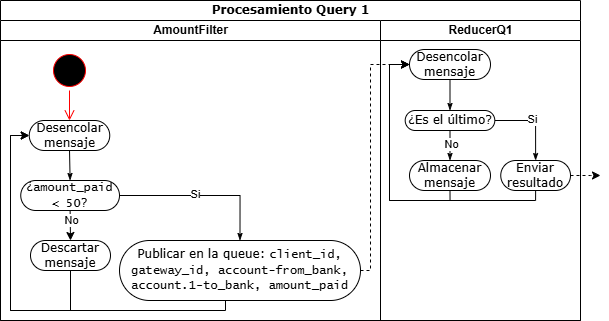
Before: docs/diagramas/diagrama_actividades_q1.png, a diagram exported from draw.io (LucianaLarrosa/tp-distribuidos-moneylaundering). Source tidied: cells renumbered, new cells last; positions are measured from the earlier drawing's top-left corner, leaving out a move shared by most shapes. Its diagram source:
```xml
<mxGraphModel>
  <root>
    <mxCell id="0" />
    <mxCell id="1" parent="0" />
    <mxCell id="2" value="Procesamiento Query 1" style="swimlane;html=1;startSize=20;rounded=0;shadow=0;comic=0;labelBackgroundColor=none;strokeWidth=1;fontFamily=Verdana;fontSize=12;align=center;" parent="1" vertex="1">
      <mxGeometry width="580" height="320" as="geometry" />
    </mxCell>
    <mxCell id="3" value="AmountFilter" style="swimlane;html=1;startSize=20;align=center;" parent="2" vertex="1">
      <mxGeometry y="20" width="380" height="300" as="geometry" />
    </mxCell>
    <mxCell id="4" style="edgeStyle=orthogonalEdgeStyle;rounded=0;html=1;labelBackgroundColor=none;startArrow=none;startFill=0;startSize=5;endArrow=classicThin;endFill=1;endSize=5;jettySize=auto;strokeWidth=1;fontFamily=Verdana;fontSize=12;entryX=0.5;entryY=0;entryDx=0;entryDy=0;exitX=1;exitY=0.5;exitDx=0;exitDy=0;" parent="3" edge="1" source="13" target="9">
      <mxGeometry relative="1" as="geometry" />
    </mxCell>
    <mxCell id="5" value="Si" style="edgeLabel;html=1;align=center;verticalAlign=middle;" parent="4" vertex="1">
      <mxGeometry x="-0.09" y="1" relative="1" as="geometry" />
    </mxCell>
    <mxCell id="6" style="edgeStyle=orthogonalEdgeStyle;rounded=0;html=1;labelBackgroundColor=none;startArrow=none;startFill=0;startSize=5;endArrow=classicThin;endFill=1;endSize=5;jettySize=auto;strokeWidth=1;fontFamily=Verdana;fontSize=12;entryX=0.5;entryY=0;entryDx=0;entryDy=0;exitX=0.5;exitY=1;exitDx=0;exitDy=0;" parent="3" edge="1" source="10" target="13">
      <mxGeometry relative="1" as="geometry" />
    </mxCell>
    <mxCell id="7" value="Descartar mensaje" style="rounded=1;whiteSpace=wrap;html=1;shadow=0;comic=0;labelBackgroundColor=none;strokeWidth=1;fontFamily=Verdana;fontSize=12;align=center;arcSize=50;" parent="3" vertex="1">
      <mxGeometry x="30" y="220" width="80" height="30" as="geometry" />
    </mxCell>
    <mxCell id="8" style="edgeStyle=orthogonalEdgeStyle;rounded=0;jettySize=auto;html=1;exitX=0.5;exitY=1;exitDx=0;exitDy=0;entryX=0;entryY=0.5;entryDx=0;entryDy=0;" parent="3" edge="1" source="9" target="10">
      <mxGeometry relative="1" as="geometry">
        <Array as="points">
          <mxPoint x="225" y="290" />
          <mxPoint x="10" y="290" />
          <mxPoint x="10" y="115" />
        </Array>
      </mxGeometry>
    </mxCell>
    <mxCell id="9" value="Publicar en la queue:&amp;nbsp;&lt;font face=&quot;Lucida Console&quot;&gt;client_id, gateway_id, account-from_bank, account.1-to_bank, amount_paid&lt;/font&gt;" style="rounded=1;whiteSpace=wrap;html=1;shadow=0;comic=0;labelBackgroundColor=none;strokeWidth=1;fontFamily=Verdana;fontSize=12;align=center;arcSize=50;" parent="3" vertex="1">
      <mxGeometry x="119" y="220" width="241" height="60" as="geometry" />
    </mxCell>
    <mxCell id="10" value="Desencolar mensaje" style="rounded=1;whiteSpace=wrap;html=1;shadow=0;comic=0;labelBackgroundColor=none;strokeWidth=1;fontFamily=Verdana;fontSize=12;align=center;arcSize=50;" parent="3" vertex="1">
      <mxGeometry x="28.8" y="100" width="80.5" height="30" as="geometry" />
    </mxCell>
    <mxCell id="11" style="edgeStyle=orthogonalEdgeStyle;rounded=0;jettySize=auto;html=1;exitX=0.5;exitY=1;exitDx=0;exitDy=0;entryX=0.5;entryY=0;entryDx=0;entryDy=0;" parent="3" edge="1" source="13" target="7">
      <mxGeometry relative="1" as="geometry" />
    </mxCell>
    <mxCell id="12" value="No" style="edgeLabel;html=1;align=center;verticalAlign=middle;" parent="11" vertex="1">
      <mxGeometry x="-0.36" y="1" relative="1" as="geometry" />
    </mxCell>
    <mxCell id="13" value="¿&lt;font face=&quot;Lucida Console&quot;&gt;amount_paid &amp;lt; 50&lt;/font&gt;?" style="rounded=1;whiteSpace=wrap;html=1;shadow=0;comic=0;labelBackgroundColor=none;strokeWidth=1;fontFamily=Verdana;fontSize=12;align=center;arcSize=50;" parent="3" vertex="1">
      <mxGeometry x="20.2" y="160" width="98.8" height="30" as="geometry" />
    </mxCell>
    <mxCell id="14" style="edgeStyle=orthogonalEdgeStyle;rounded=0;jettySize=auto;html=1;exitX=0.5;exitY=1;exitDx=0;exitDy=0;entryX=0;entryY=0.5;entryDx=0;entryDy=0;" parent="3" edge="1" source="7" target="10">
      <mxGeometry relative="1" as="geometry">
        <Array as="points">
          <mxPoint x="70" y="290" />
          <mxPoint x="10" y="290" />
          <mxPoint x="10" y="115" />
        </Array>
      </mxGeometry>
    </mxCell>
    <mxCell id="15" style="ellipse;html=1;shape=startState;fillColor=#000000;strokeColor=#ff0000;" parent="3" vertex="1">
      <mxGeometry x="49" y="30" width="40" height="40" as="geometry" />
    </mxCell>
    <mxCell id="16" style="edgeStyle=orthogonalEdgeStyle;html=1;verticalAlign=bottom;endArrow=open;endSize=8;strokeColor=#ff0000;rounded=0;entryX=0.5;entryY=0;entryDx=0;entryDy=0;" parent="3" edge="1" source="15" target="10">
      <mxGeometry relative="1" as="geometry" />
    </mxCell>
    <mxCell id="17" value="ReducerQ1" style="swimlane;html=1;startSize=20;" parent="1" vertex="1">
      <mxGeometry x="380" y="20" width="200" height="300" as="geometry" />
    </mxCell>
    <mxCell id="18" style="edgeStyle=orthogonalEdgeStyle;rounded=0;jettySize=auto;html=1;entryX=0;entryY=0.5;entryDx=0;entryDy=0;exitX=0.5;exitY=1;exitDx=0;exitDy=0;" parent="17" edge="1" source="19" target="23">
      <mxGeometry relative="1" as="geometry">
        <Array as="points">
          <mxPoint x="155" y="180" />
          <mxPoint x="9" y="180" />
          <mxPoint x="9" y="44" />
        </Array>
      </mxGeometry>
    </mxCell>
    <mxCell id="19" value="Enviar resultado" style="rounded=1;whiteSpace=wrap;html=1;shadow=0;comic=0;labelBackgroundColor=none;strokeWidth=1;fontFamily=Verdana;fontSize=12;align=center;arcSize=50;" parent="17" vertex="1">
      <mxGeometry x="120.2" y="140" width="69.8" height="30" as="geometry" />
    </mxCell>
    <mxCell id="20" style="edgeStyle=orthogonalEdgeStyle;rounded=0;jettySize=auto;html=1;dashed=1;" parent="17" edge="1" source="19">
      <mxGeometry relative="1" as="geometry">
        <mxPoint x="220" y="155" as="targetPoint" />
        <Array as="points">
          <mxPoint x="210" y="155" />
          <mxPoint x="210" y="155" />
        </Array>
      </mxGeometry>
    </mxCell>
    <mxCell id="21" style="edgeStyle=orthogonalEdgeStyle;rounded=0;html=1;labelBackgroundColor=none;startArrow=none;startFill=0;startSize=5;endArrow=classicThin;endFill=1;endSize=5;jettySize=auto;strokeWidth=1;fontFamily=Verdana;fontSize=12;entryX=0.5;entryY=0;entryDx=0;entryDy=0;exitX=1;exitY=0.5;exitDx=0;exitDy=0;" parent="17" edge="1" source="24" target="19">
      <mxGeometry relative="1" as="geometry" />
    </mxCell>
    <mxCell id="22" value="Si" style="edgeLabel;html=1;align=center;verticalAlign=middle;" parent="21" vertex="1">
      <mxGeometry x="-0.09" y="1" relative="1" as="geometry" />
    </mxCell>
    <mxCell id="23" value="Desencolar mensaje" style="rounded=1;whiteSpace=wrap;html=1;shadow=0;comic=0;labelBackgroundColor=none;strokeWidth=1;fontFamily=Verdana;fontSize=12;align=center;arcSize=50;" parent="17" vertex="1">
      <mxGeometry x="29" y="29" width="81" height="30" as="geometry" />
    </mxCell>
    <mxCell id="24" value="¿Es el último?" style="rounded=1;whiteSpace=wrap;html=1;shadow=0;comic=0;labelBackgroundColor=none;strokeWidth=1;fontFamily=Verdana;fontSize=12;align=center;arcSize=50;" parent="17" vertex="1">
      <mxGeometry x="24.7" y="90" width="89.6" height="20" as="geometry" />
    </mxCell>
    <mxCell id="25" style="edgeStyle=orthogonalEdgeStyle;rounded=0;jettySize=auto;html=1;exitX=0.5;exitY=1;exitDx=0;exitDy=0;entryX=0;entryY=0.5;entryDx=0;entryDy=0;" parent="17" edge="1" source="26" target="23">
      <mxGeometry relative="1" as="geometry">
        <Array as="points">
          <mxPoint x="70" y="180" />
          <mxPoint x="9" y="180" />
          <mxPoint x="9" y="44" />
        </Array>
      </mxGeometry>
    </mxCell>
    <mxCell id="26" value="Almacenar mensaje" style="rounded=1;whiteSpace=wrap;html=1;shadow=0;comic=0;labelBackgroundColor=none;strokeWidth=1;fontFamily=Verdana;fontSize=12;align=center;arcSize=50;" parent="17" vertex="1">
      <mxGeometry x="29" y="140" width="81" height="30" as="geometry" />
    </mxCell>
    <mxCell id="27" style="edgeStyle=none;rounded=0;html=1;labelBackgroundColor=none;startArrow=none;startFill=0;startSize=5;endArrow=classicThin;endFill=1;endSize=5;jettySize=auto;strokeWidth=1;fontFamily=Verdana;fontSize=12;entryX=0.5;entryY=0;entryDx=0;entryDy=0;exitX=0.5;exitY=1;exitDx=0;exitDy=0;" parent="17" edge="1" source="24" target="26">
      <mxGeometry relative="1" as="geometry" />
    </mxCell>
    <mxCell id="28" value="No" style="edgeLabel;html=1;align=center;verticalAlign=middle;" parent="27" vertex="1">
      <mxGeometry x="-0.09" y="1" relative="1" as="geometry" />
    </mxCell>
    <mxCell id="29" style="edgeStyle=orthogonalEdgeStyle;rounded=0;html=1;labelBackgroundColor=none;startArrow=none;startFill=0;startSize=5;endArrow=classicThin;endFill=1;endSize=5;jettySize=auto;strokeWidth=1;fontFamily=Verdana;fontSize=12;entryX=0.5;entryY=0;entryDx=0;entryDy=0;exitX=0.5;exitY=1;exitDx=0;exitDy=0;" parent="17" edge="1" source="23" target="24">
      <mxGeometry relative="1" as="geometry" />
    </mxCell>
    <mxCell id="30" style="edgeStyle=orthogonalEdgeStyle;rounded=0;jettySize=auto;html=1;entryX=0;entryY=0.5;entryDx=0;entryDy=0;dashed=1;exitX=1;exitY=0.5;exitDx=0;exitDy=0;" parent="1" edge="1" source="9" target="23">
      <mxGeometry relative="1" as="geometry">
        <Array as="points">
          <mxPoint x="370" y="270" />
          <mxPoint x="370" y="64" />
        </Array>
      </mxGeometry>
    </mxCell>
  </root>
</mxGraphModel>
```
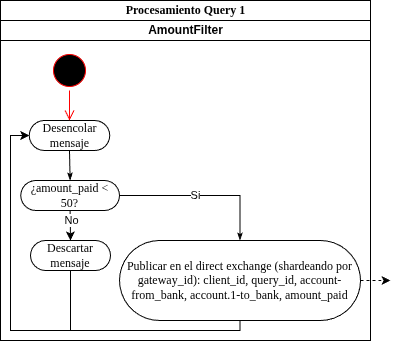
The same diagram one commit later.

What changed in the source:
```diff
@@ -3,10 +3,10 @@
     <mxCell id="0" />
     <mxCell id="1" parent="0" />
     <mxCell id="2" value="Procesamiento Query 1" style="swimlane;html=1;startSize=20;rounded=0;shadow=0;comic=0;labelBackgroundColor=none;strokeWidth=1;fontFamily=Verdana;fontSize=12;align=center;" parent="1" vertex="1">
-      <mxGeometry width="580" height="320" as="geometry" />
+      <mxGeometry width="370" height="340" as="geometry" />
     </mxCell>
     <mxCell id="3" value="AmountFilter" style="swimlane;html=1;startSize=20;align=center;" parent="2" vertex="1">
-      <mxGeometry y="20" width="380" height="300" as="geometry" />
+      <mxGeometry y="20" width="370" height="320" as="geometry" />
     </mxCell>
     <mxCell id="4" style="edgeStyle=orthogonalEdgeStyle;rounded=0;html=1;labelBackgroundColor=none;startArrow=none;startFill=0;startSize=5;endArrow=classicThin;endFill=1;endSize=5;jettySize=auto;strokeWidth=1;fontFamily=Verdana;fontSize=12;entryX=0.5;entryY=0;entryDx=0;entryDy=0;exitX=1;exitY=0.5;exitDx=0;exitDy=0;" parent="3" edge="1" source="13" target="9">
       <mxGeometry relative="1" as="geometry" />
@@ -23,14 +23,14 @@
     <mxCell id="8" style="edgeStyle=orthogonalEdgeStyle;rounded=0;jettySize=auto;html=1;exitX=0.5;exitY=1;exitDx=0;exitDy=0;entryX=0;entryY=0.5;entryDx=0;entryDy=0;" parent="3" edge="1" source="9" target="10">
       <mxGeometry relative="1" as="geometry">
         <Array as="points">
-          <mxPoint x="225" y="290" />
-          <mxPoint x="10" y="290" />
+          <mxPoint x="240" y="310" />
+          <mxPoint x="10" y="310" />
           <mxPoint x="10" y="115" />
         </Array>
       </mxGeometry>
     </mxCell>
-    <mxCell id="9" value="Publicar en la queue:&amp;nbsp;&lt;font face=&quot;Lucida Console&quot;&gt;client_id, gateway_id, account-from_bank, account.1-to_bank, amount_paid&lt;/font&gt;" style="rounded=1;whiteSpace=wrap;html=1;shadow=0;comic=0;labelBackgroundColor=none;strokeWidth=1;fontFamily=Verdana;fontSize=12;align=center;arcSize=50;" parent="3" vertex="1">
-      <mxGeometry x="119" y="220" width="241" height="60" as="geometry" />
+    <mxCell id="9" value="Publicar en el direct exchange (shardeando por &lt;font face=&quot;Lucida Console&quot;&gt;gateway_id)&lt;/font&gt;:&amp;nbsp;&lt;font face=&quot;Lucida Console&quot;&gt;client_id, query_id, account-from_bank, account.1-to_bank, amount_paid&lt;/font&gt;" style="rounded=1;whiteSpace=wrap;html=1;shadow=0;comic=0;labelBackgroundColor=none;strokeWidth=1;fontFamily=Verdana;fontSize=12;align=center;arcSize=50;" parent="3" vertex="1">
+      <mxGeometry x="119" y="220" width="241" height="80" as="geometry" />
     </mxCell>
     <mxCell id="10" value="Desencolar mensaje" style="rounded=1;whiteSpace=wrap;html=1;shadow=0;comic=0;labelBackgroundColor=none;strokeWidth=1;fontFamily=Verdana;fontSize=12;align=center;arcSize=50;" parent="3" vertex="1">
       <mxGeometry x="28.8" y="100" width="80.5" height="30" as="geometry" />
@@ -47,8 +47,8 @@
     <mxCell id="14" style="edgeStyle=orthogonalEdgeStyle;rounded=0;jettySize=auto;html=1;exitX=0.5;exitY=1;exitDx=0;exitDy=0;entryX=0;entryY=0.5;entryDx=0;entryDy=0;" parent="3" edge="1" source="7" target="10">
       <mxGeometry relative="1" as="geometry">
         <Array as="points">
-          <mxPoint x="70" y="290" />
-          <mxPoint x="10" y="290" />
+          <mxPoint x="70" y="310" />
+          <mxPoint x="10" y="310" />
           <mxPoint x="10" y="115" />
         </Array>
       </mxGeometry>
@@ -59,68 +59,11 @@
     <mxCell id="16" style="edgeStyle=orthogonalEdgeStyle;html=1;verticalAlign=bottom;endArrow=open;endSize=8;strokeColor=#ff0000;rounded=0;entryX=0.5;entryY=0;entryDx=0;entryDy=0;" parent="3" edge="1" source="15" target="10">
       <mxGeometry relative="1" as="geometry" />
     </mxCell>
-    <mxCell id="17" value="ReducerQ1" style="swimlane;html=1;startSize=20;" parent="1" vertex="1">
-      <mxGeometry x="380" y="20" width="200" height="300" as="geometry" />
-    </mxCell>
-    <mxCell id="18" style="edgeStyle=orthogonalEdgeStyle;rounded=0;jettySize=auto;html=1;entryX=0;entryY=0.5;entryDx=0;entryDy=0;exitX=0.5;exitY=1;exitDx=0;exitDy=0;" parent="17" edge="1" source="19" target="23">
-      <mxGeometry relative="1" as="geometry">
-        <Array as="points">
-          <mxPoint x="155" y="180" />
-          <mxPoint x="9" y="180" />
-          <mxPoint x="9" y="44" />
-        </Array>
-      </mxGeometry>
-    </mxCell>
-    <mxCell id="19" value="Enviar resultado" style="rounded=1;whiteSpace=wrap;html=1;shadow=0;comic=0;labelBackgroundColor=none;strokeWidth=1;fontFamily=Verdana;fontSize=12;align=center;arcSize=50;" parent="17" vertex="1">
-      <mxGeometry x="120.2" y="140" width="69.8" height="30" as="geometry" />
-    </mxCell>
-    <mxCell id="20" style="edgeStyle=orthogonalEdgeStyle;rounded=0;jettySize=auto;html=1;dashed=1;" parent="17" edge="1" source="19">
-      <mxGeometry relative="1" as="geometry">
-        <mxPoint x="220" y="155" as="targetPoint" />
-        <Array as="points">
-          <mxPoint x="210" y="155" />
-          <mxPoint x="210" y="155" />
-        </Array>
-      </mxGeometry>
-    </mxCell>
-    <mxCell id="21" style="edgeStyle=orthogonalEdgeStyle;rounded=0;html=1;labelBackgroundColor=none;startArrow=none;startFill=0;startSize=5;endArrow=classicThin;endFill=1;endSize=5;jettySize=auto;strokeWidth=1;fontFamily=Verdana;fontSize=12;entryX=0.5;entryY=0;entryDx=0;entryDy=0;exitX=1;exitY=0.5;exitDx=0;exitDy=0;" parent="17" edge="1" source="24" target="19">
-      <mxGeometry relative="1" as="geometry" />
-    </mxCell>
-    <mxCell id="22" value="Si" style="edgeLabel;html=1;align=center;verticalAlign=middle;" parent="21" vertex="1">
-      <mxGeometry x="-0.09" y="1" relative="1" as="geometry" />
-    </mxCell>
-    <mxCell id="23" value="Desencolar mensaje" style="rounded=1;whiteSpace=wrap;html=1;shadow=0;comic=0;labelBackgroundColor=none;strokeWidth=1;fontFamily=Verdana;fontSize=12;align=center;arcSize=50;" parent="17" vertex="1">
-      <mxGeometry x="29" y="29" width="81" height="30" as="geometry" />
-    </mxCell>
-    <mxCell id="24" value="¿Es el último?" style="rounded=1;whiteSpace=wrap;html=1;shadow=0;comic=0;labelBackgroundColor=none;strokeWidth=1;fontFamily=Verdana;fontSize=12;align=center;arcSize=50;" parent="17" vertex="1">
-      <mxGeometry x="24.7" y="90" width="89.6" height="20" as="geometry" />
-    </mxCell>
-    <mxCell id="25" style="edgeStyle=orthogonalEdgeStyle;rounded=0;jettySize=auto;html=1;exitX=0.5;exitY=1;exitDx=0;exitDy=0;entryX=0;entryY=0.5;entryDx=0;entryDy=0;" parent="17" edge="1" source="26" target="23">
-      <mxGeometry relative="1" as="geometry">
-        <Array as="points">
-          <mxPoint x="70" y="180" />
-          <mxPoint x="9" y="180" />
-          <mxPoint x="9" y="44" />
-        </Array>
-      </mxGeometry>
-    </mxCell>
-    <mxCell id="26" value="Almacenar mensaje" style="rounded=1;whiteSpace=wrap;html=1;shadow=0;comic=0;labelBackgroundColor=none;strokeWidth=1;fontFamily=Verdana;fontSize=12;align=center;arcSize=50;" parent="17" vertex="1">
-      <mxGeometry x="29" y="140" width="81" height="30" as="geometry" />
-    </mxCell>
-    <mxCell id="27" style="edgeStyle=none;rounded=0;html=1;labelBackgroundColor=none;startArrow=none;startFill=0;startSize=5;endArrow=classicThin;endFill=1;endSize=5;jettySize=auto;strokeWidth=1;fontFamily=Verdana;fontSize=12;entryX=0.5;entryY=0;entryDx=0;entryDy=0;exitX=0.5;exitY=1;exitDx=0;exitDy=0;" parent="17" edge="1" source="24" target="26">
-      <mxGeometry relative="1" as="geometry" />
-    </mxCell>
-    <mxCell id="28" value="No" style="edgeLabel;html=1;align=center;verticalAlign=middle;" parent="27" vertex="1">
-      <mxGeometry x="-0.09" y="1" relative="1" as="geometry" />
-    </mxCell>
-    <mxCell id="29" style="edgeStyle=orthogonalEdgeStyle;rounded=0;html=1;labelBackgroundColor=none;startArrow=none;startFill=0;startSize=5;endArrow=classicThin;endFill=1;endSize=5;jettySize=auto;strokeWidth=1;fontFamily=Verdana;fontSize=12;entryX=0.5;entryY=0;entryDx=0;entryDy=0;exitX=0.5;exitY=1;exitDx=0;exitDy=0;" parent="17" edge="1" source="23" target="24">
-      <mxGeometry relative="1" as="geometry" />
-    </mxCell>
-    <mxCell id="30" style="edgeStyle=orthogonalEdgeStyle;rounded=0;jettySize=auto;html=1;entryX=0;entryY=0.5;entryDx=0;entryDy=0;dashed=1;exitX=1;exitY=0.5;exitDx=0;exitDy=0;" parent="1" edge="1" source="9" target="23">
+    <mxCell id="30" style="edgeStyle=orthogonalEdgeStyle;rounded=0;jettySize=auto;html=1;dashed=1;exitX=1;exitY=0.5;exitDx=0;exitDy=0;" parent="1" edge="1" source="9">
       <mxGeometry relative="1" as="geometry">
+        <mxPoint x="390" y="280" as="targetPoint" />
         <Array as="points">
-          <mxPoint x="370" y="270" />
-          <mxPoint x="370" y="64" />
+          <mxPoint x="390" y="280" />
         </Array>
       </mxGeometry>
     </mxCell>
```
